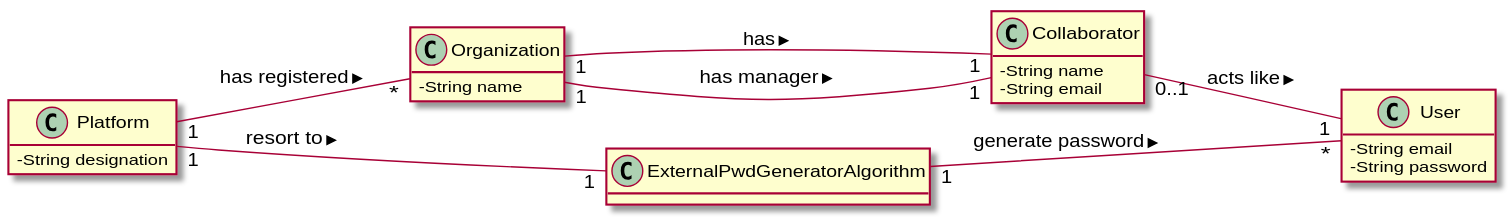
Earlier version of the PlantUML export docs/UC7 - Add New Organization/UC7_MD.svg (pedrolemos4/LAPR2).
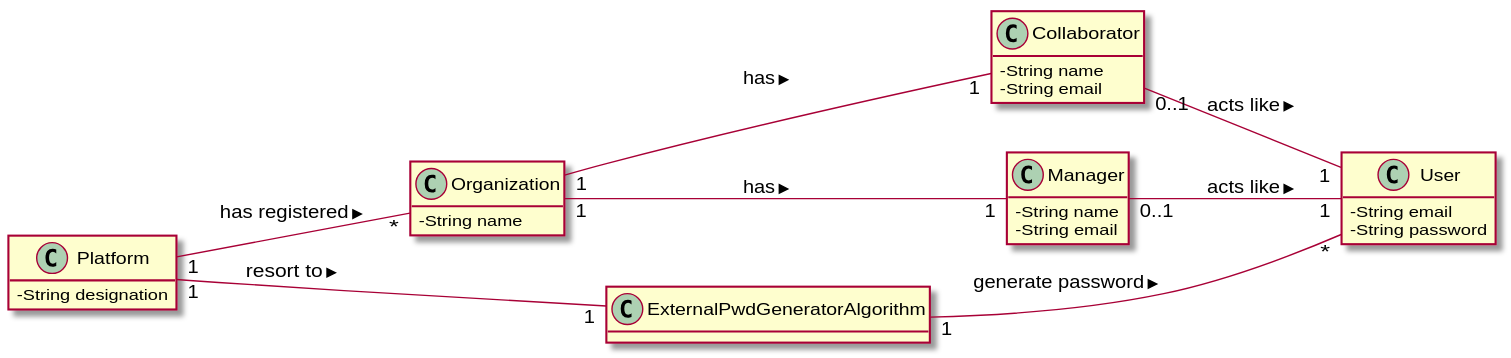
The same diagram one commit later.

Change to the diagram source:
```diff
@@ -16,6 +16,11 @@
   -String email
 }
 
+class Manager {
+  -String name
+  -String email
+}
+
 class User {
   -String email
   -String password
@@ -28,9 +33,10 @@
 Platform "1" -- "1" ExternalPwdGeneratorAlgorithm : resort to >
 
 Organization "1" -- "1" Collaborator: has >
-Organization "1" -- "1" Collaborator: has manager >
+Organization "1" -- "1" Manager: has >
 
 Collaborator "0..1" -- "1" User: acts like >
+Manager "0..1" -- "1" User: acts like >
 
 ExternalPwdGeneratorAlgorithm "1" -- "*" User : generate password >
 @enduml
```
